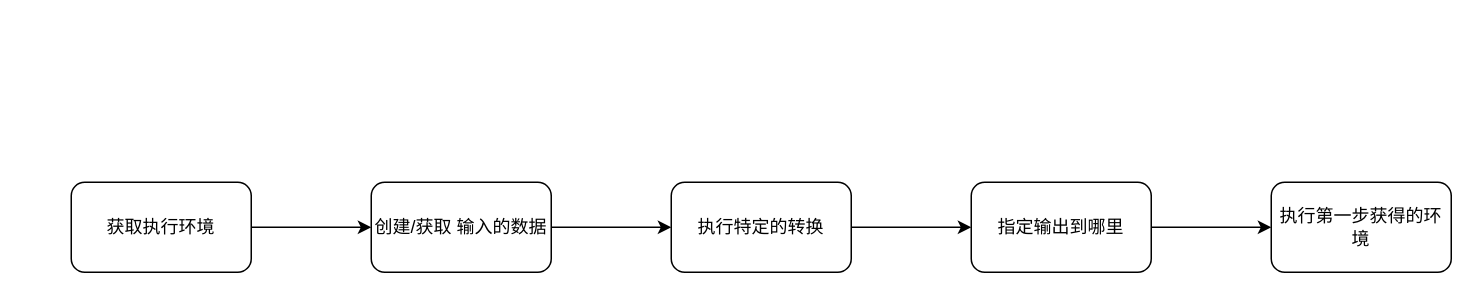
Earlier version of the draw.io diagram flink/flink.drawio (llrrbaba/BlogList). Source tidied: cells renumbered, new cells numbered last; positions are measured from the earlier drawing's top-left corner, leaving out a move shared by most shapes. Both pictures are drawn from the tidied source at 150%, with x=0, y=0 at pixel (70, 182).
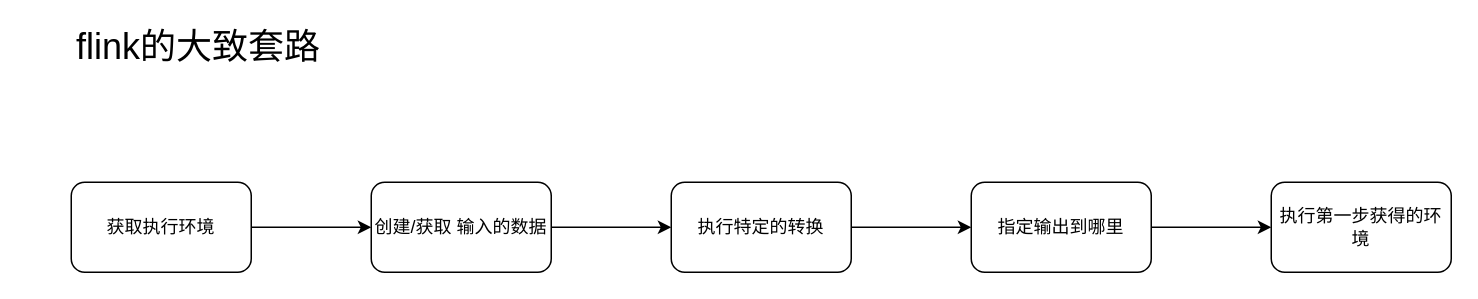
After the change.

Diff of the diagram source:
```diff
@@
 <mxGraphModel>
   <root>
     <mxCell id="0" />
     <mxCell id="1" parent="0" />
     <mxCell id="2" style="edgeStyle=orthogonalEdgeStyle;rounded=0;jettySize=auto;html=1;" parent="1" edge="1" source="3" target="5">
       <mxGeometry relative="1" as="geometry" />
     </mxCell>
     <mxCell id="3" value="获取执行环境" style="rounded=1;whiteSpace=wrap;html=1;" parent="1" vertex="1">
       <mxGeometry width="120" height="60" as="geometry" />
     </mxCell>
     <mxCell id="4" style="edgeStyle=orthogonalEdgeStyle;rounded=0;jettySize=auto;html=1;" parent="1" edge="1" source="5" target="7">
       <mxGeometry relative="1" as="geometry" />
     </mxCell>
     <mxCell id="5" value="创建/获取 输入的数据" style="rounded=1;whiteSpace=wrap;html=1;" parent="1" vertex="1">
       <mxGeometry x="200" width="120" height="60" as="geometry" />
     </mxCell>
     <mxCell id="6" style="edgeStyle=orthogonalEdgeStyle;rounded=0;jettySize=auto;html=1;" parent="1" edge="1" source="7" target="9">
       <mxGeometry relative="1" as="geometry" />
     </mxCell>
     <mxCell id="7" value="执行特定的转换" style="rounded=1;whiteSpace=wrap;html=1;" parent="1" vertex="1">
       <mxGeometry x="400" width="120" height="60" as="geometry" />
     </mxCell>
     <mxCell id="8" style="edgeStyle=orthogonalEdgeStyle;rounded=0;jettySize=auto;html=1;" parent="1" edge="1" source="9" target="10">
       <mxGeometry relative="1" as="geometry" />
     </mxCell>
     <mxCell id="9" value="指定输出到哪里" style="rounded=1;whiteSpace=wrap;html=1;" parent="1" vertex="1">
       <mxGeometry x="600" width="120" height="60" as="geometry" />
     </mxCell>
     <mxCell id="10" value="执行第一步获得的环境" style="rounded=1;whiteSpace=wrap;html=1;" parent="1" vertex="1">
       <mxGeometry x="800" width="120" height="60" as="geometry" />
     </mxCell>
+    <mxCell id="11" value="&lt;font style=&quot;font-size: 24px&quot;&gt;flink的大致套路&lt;/font&gt;" style="text;html=1;strokeColor=none;fillColor=none;align=center;verticalAlign=middle;whiteSpace=wrap;rounded=0;" parent="1" vertex="1">
+      <mxGeometry x="-30" y="-100" width="230" height="20" as="geometry" />
+    </mxCell>
   </root>
 </mxGraphModel>
```
